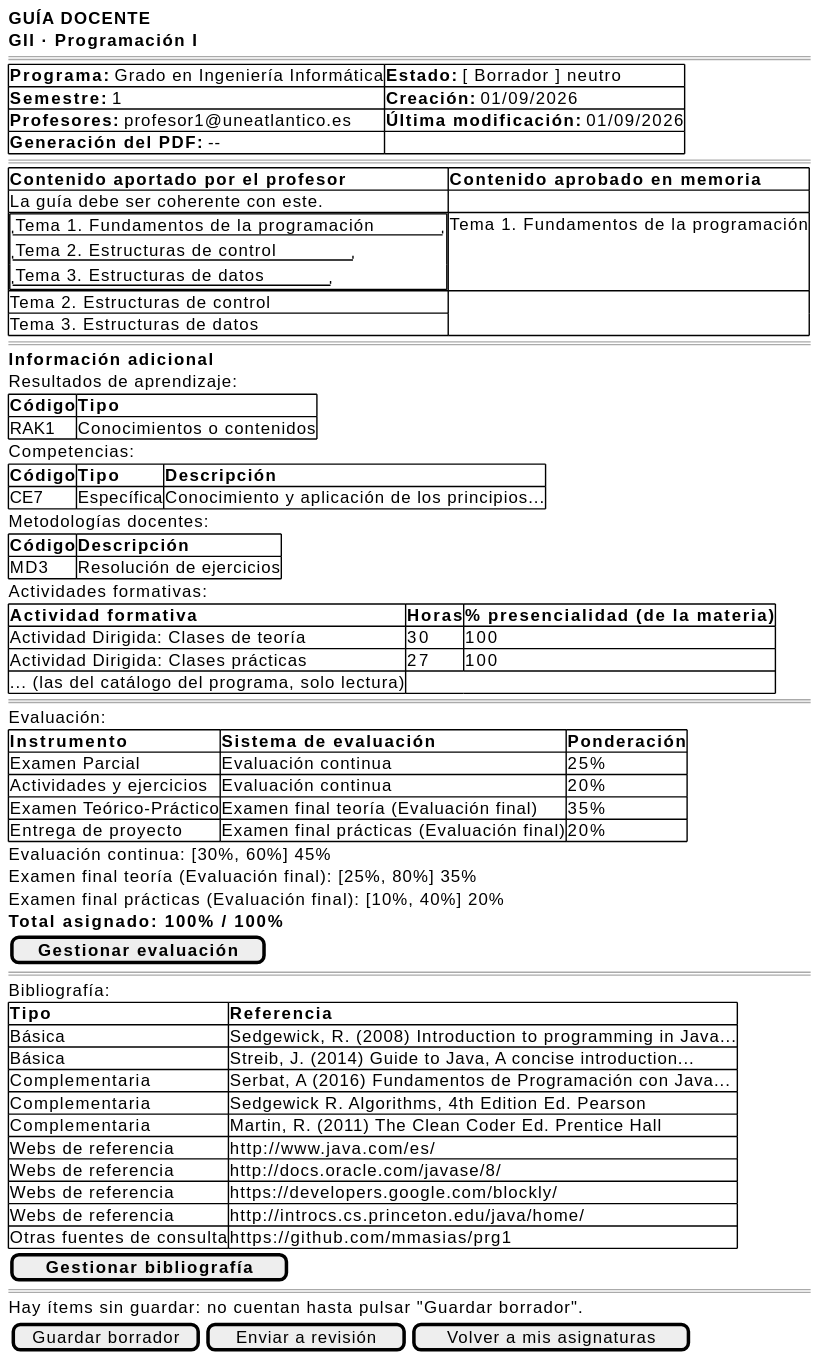
Earlier version of the PlantUML export images/RUP/01-requisitos/03-detalle-casos-uso/abrirGuia/wireframe-profesor.svg (mmasias/pyCeldaPublico).
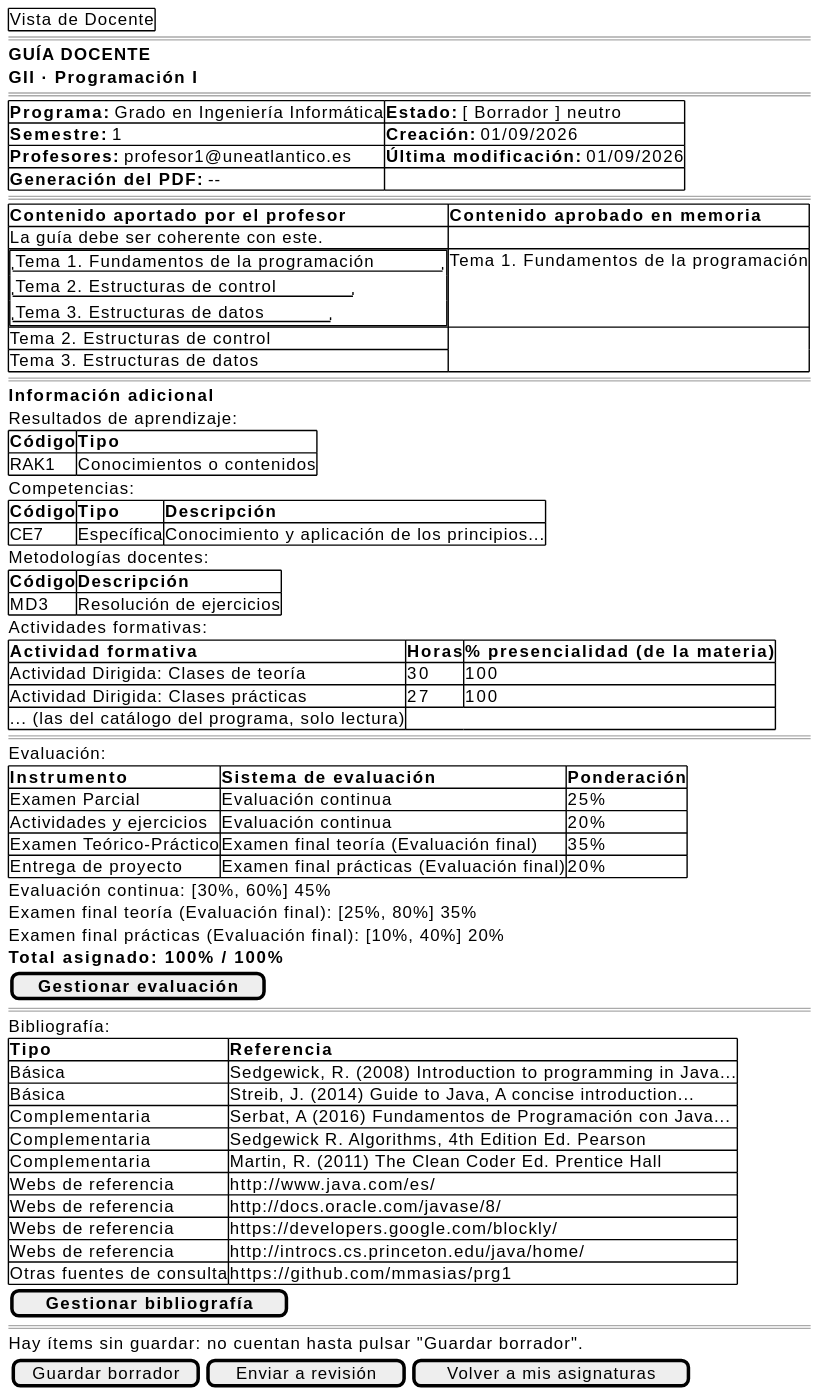
Later version of the same file.

Commit message:
docs: sincroniza el subconjunto público con pyCelda bf6f423b (etiqueta de vista en la barra de modo, v0.11.57)

Change to the diagram source:
```diff
@@ -1,5 +1,7 @@
 @startsalt abrirGuia-wireframe-profesor
 {
+    {+ Vista de Docente }
+    ====
     <b>GUÍA DOCENTE</b>
     <b>GII · Programación I</b>
     ====
```
